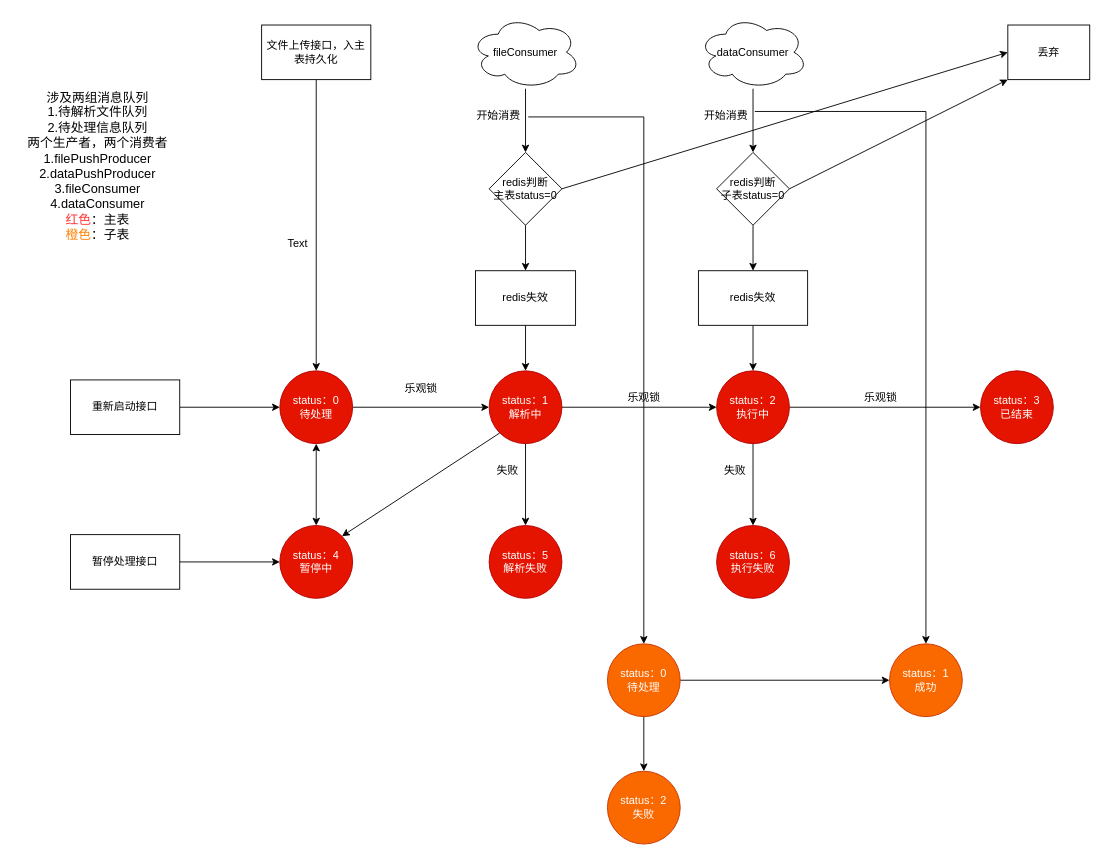
The draw.io diagram batch_status.drawio in mirai3zZ/mojito, before the edit. Source tidied: cells renumbered, new cells numbered last; positions are measured from the earlier drawing's top-left corner, leaving out a move shared by most shapes. Both pictures are drawn from the tidied source at 91%, with x=0, y=0 at pixel (15, 15).
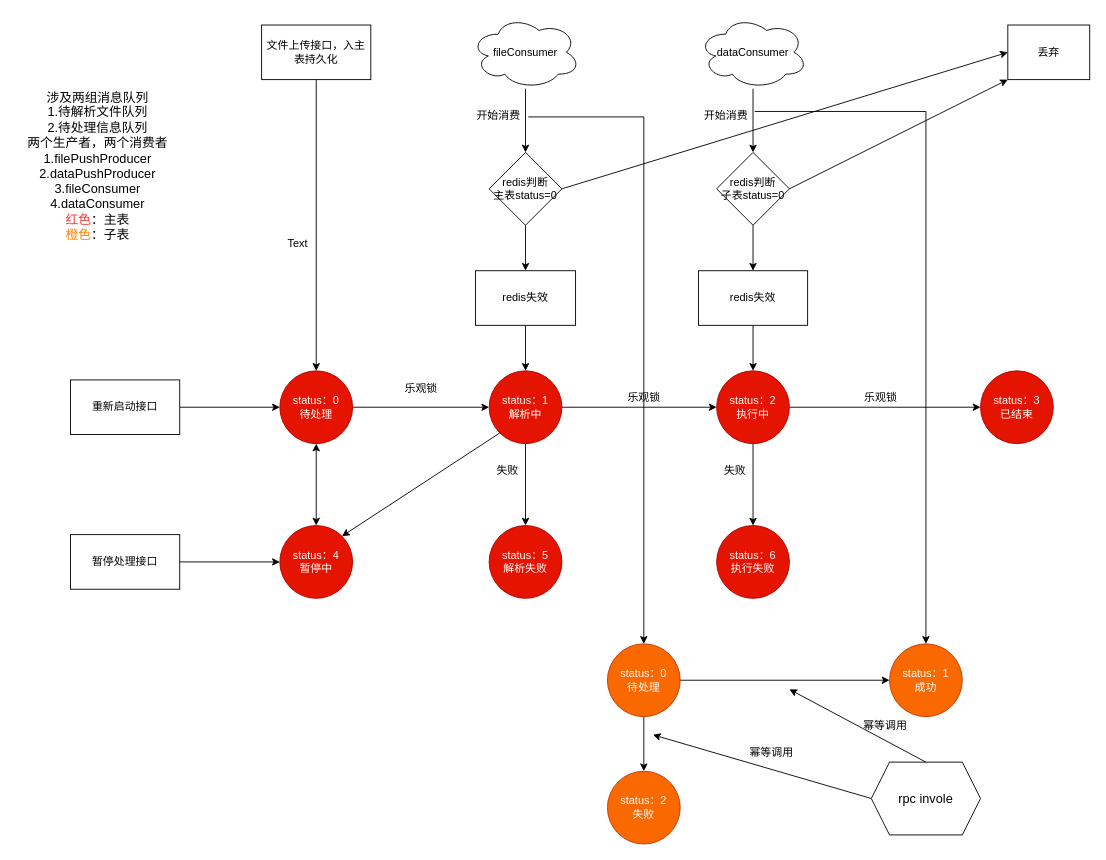
The same page after the edit.

The edit, as a diff of the source:
```diff
@@
+    <mxCell id="53" style="rounded=0;jettySize=auto;html=1;exitX=0.5;exitY=0;exitDx=0;exitDy=0;" parent="1" edge="1" source="55">
+      <mxGeometry relative="1" as="geometry">
+        <mxPoint x="850" y="740" as="targetPoint" />
+      </mxGeometry>
+    </mxCell>
+    <mxCell id="54" style="rounded=0;jettySize=auto;html=1;exitX=0;exitY=0.5;exitDx=0;exitDy=0;" parent="1" edge="1" source="55">
+      <mxGeometry relative="1" as="geometry">
+        <mxPoint x="700" y="790" as="targetPoint" />
+      </mxGeometry>
+    </mxCell>
+    <mxCell id="55" value="&lt;font style=&quot;font-size: 14px&quot;&gt;rpc invole&lt;/font&gt;" style="shape=hexagon;perimeter=hexagonPerimeter2;whiteSpace=wrap;html=1;fixedSize=1;" parent="1" vertex="1">
+      <mxGeometry x="940" y="820" width="120" height="80" as="geometry" />
+    </mxCell>
+    <mxCell id="56" value="幂等调用" style="text;html=1;align=center;verticalAlign=middle;" parent="1" vertex="1">
+      <mxGeometry x="800" y="800" width="60" height="20" as="geometry" />
+    </mxCell>
+    <mxCell id="57" value="幂等调用" style="text;html=1;align=center;verticalAlign=middle;" parent="1" vertex="1">
+      <mxGeometry x="925" y="770" width="60" height="20" as="geometry" />
+    </mxCell>
```
